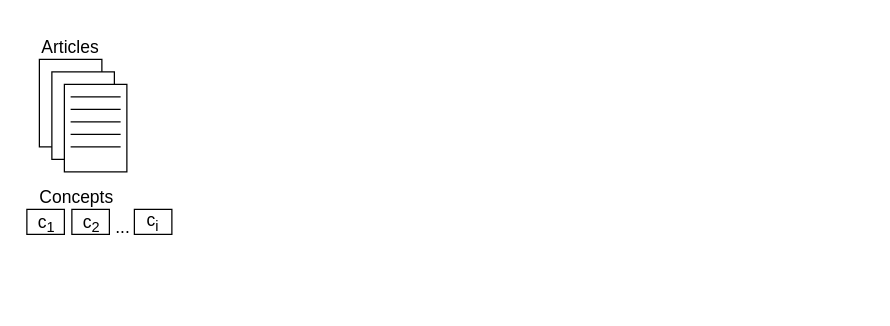
Above: Untitled Diagram.drawio in ezosa/topic-labelling (draw.io), before the change. Source tidied: cells renumbered, new cells numbered last; positions are measured from the earlier drawing's top-left corner, leaving out a move shared by most shapes. Both pictures are drawn from the tidied source at 125%, with x=0, y=0 at pixel (21, 34).
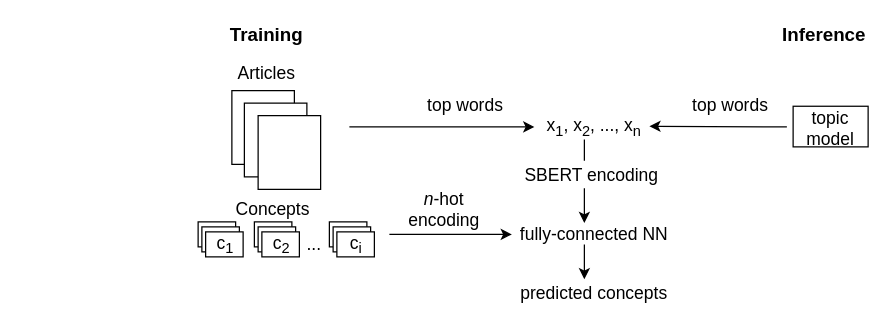
Above is the later version.

Diff of the diagram source:
```diff
@@
-    <mxCell id="2" style="rounded=0;whiteSpace=wrap;html=1;" parent="1" vertex="1">
-      <mxGeometry x="14" y="20" width="50" height="70" as="geometry" />
-    </mxCell>
-    <mxCell id="3" style="rounded=0;whiteSpace=wrap;html=1;" parent="1" vertex="1">
-      <mxGeometry x="24" y="30" width="50" height="70" as="geometry" />
-    </mxCell>
     <mxCell id="4" value="&lt;div&gt;&lt;br&gt;&lt;/div&gt;&lt;div&gt;&lt;br&gt;&lt;/div&gt;&lt;div&gt;&lt;br&gt;&lt;/div&gt;&lt;div&gt;&lt;br&gt;&lt;/div&gt;" style="rounded=0;whiteSpace=wrap;html=1;" parent="1" vertex="1">
-      <mxGeometry x="34" y="40" width="50" height="70" as="geometry" />
+      <mxGeometry x="168" y="45" width="50" height="59" as="geometry" />
     </mxCell>
     <mxCell id="5" value="Articles" style="text;html=1;strokeColor=none;fillColor=none;align=center;verticalAlign=middle;whiteSpace=wrap;rounded=0;fontSize=14;" parent="1" vertex="1">
-      <mxGeometry x="19" width="40" height="20" as="geometry" />
+      <mxGeometry x="176" y="21" width="40" height="20" as="geometry" />
     </mxCell>
     <mxCell id="6" value="Concepts" style="text;html=1;strokeColor=none;fillColor=none;align=center;verticalAlign=middle;whiteSpace=wrap;rounded=0;fontSize=14;" parent="1" vertex="1">
-      <mxGeometry x="24" y="120" width="40" height="20" as="geometry" />
+      <mxGeometry x="181" y="130" width="40" height="20" as="geometry" />
     </mxCell>
     <mxCell id="7" style="rounded=0;whiteSpace=wrap;html=1;fontSize=14;" parent="1" vertex="1">
-      <mxGeometry x="4" y="140" width="30" height="20" as="geometry" />
+      <mxGeometry x="141" y="150" width="30" height="20" as="geometry" />
     </mxCell>
+    <mxCell id="13" value="..." style="text;html=1;strokeColor=none;fillColor=none;align=center;verticalAlign=middle;whiteSpace=wrap;rounded=0;fontSize=14;" parent="1" vertex="1">
+      <mxGeometry x="214" y="158" width="40" height="20" as="geometry" />
+    </mxCell>
+    <mxCell id="19" style="endArrow=classic;html=1;fontSize=15;" parent="1" edge="1">
+      <mxGeometry relative="1" as="geometry">
+        <mxPoint x="262" y="74" as="sourcePoint" />
+        <mxPoint x="410" y="74" as="targetPoint" />
+      </mxGeometry>
+    </mxCell>
+    <mxCell id="20" value="top words" style="text;html=1;strokeColor=none;fillColor=none;align=center;verticalAlign=middle;whiteSpace=wrap;rounded=0;fontSize=14;" parent="1" vertex="1">
+      <mxGeometry x="305" y="47" width="100" height="20" as="geometry" />
+    </mxCell>
+    <mxCell id="21" value="x&lt;sub&gt;1&lt;/sub&gt;, x&lt;sub&gt;2&lt;/sub&gt;, ..., x&lt;sub&gt;n&lt;/sub&gt;" style="text;html=1;strokeColor=none;fillColor=none;align=center;verticalAlign=middle;whiteSpace=wrap;rounded=0;fontSize=14;" parent="1" vertex="1">
+      <mxGeometry x="388" y="64" width="140" height="20" as="geometry" />
+    </mxCell>
+    <mxCell id="22" style="endArrow=classic;html=1;fontSize=14;strokeWidth=1;" parent="1" edge="1">
+      <mxGeometry relative="1" as="geometry">
+        <mxPoint x="450" y="123" as="sourcePoint" />
+        <mxPoint x="450" y="151" as="targetPoint" />
+        <Array as="points">
+          <mxPoint x="450" y="151" />
+          <mxPoint x="450" y="133" />
+        </Array>
+      </mxGeometry>
+    </mxCell>
+    <mxCell id="23" value="SBERT encoding" style="text;html=1;strokeColor=none;fillColor=none;align=center;verticalAlign=middle;whiteSpace=wrap;rounded=0;fontSize=14;" parent="1" vertex="1">
+      <mxGeometry x="361" y="103" width="190" height="20" as="geometry" />
+    </mxCell>
+    <mxCell id="24" style="endArrow=none;html=1;fontSize=14;strokeWidth=1;" parent="1" edge="1">
+      <mxGeometry relative="1" as="geometry">
+        <mxPoint x="450" y="101" as="sourcePoint" />
+        <mxPoint x="450" y="84" as="targetPoint" />
+      </mxGeometry>
+    </mxCell>
+    <mxCell id="25" value="fully-connected NN" style="text;html=1;strokeColor=none;fillColor=none;align=center;verticalAlign=middle;whiteSpace=wrap;rounded=0;fontSize=14;" parent="1" vertex="1">
+      <mxGeometry x="363" y="150" width="190" height="20" as="geometry" />
+    </mxCell>
+    <mxCell id="26" style="endArrow=classic;html=1;fontSize=15;" parent="1" edge="1">
+      <mxGeometry relative="1" as="geometry">
+        <mxPoint x="294" y="160" as="sourcePoint" />
+        <mxPoint x="392" y="160" as="targetPoint" />
+      </mxGeometry>
+    </mxCell>
+    <mxCell id="27" value="Training" style="text;html=1;strokeColor=none;fillColor=none;align=center;verticalAlign=middle;whiteSpace=wrap;rounded=0;fontSize=15;fontStyle=1;" parent="1" vertex="1">
+      <mxGeometry x="176" y="-10" width="40" height="20" as="geometry" />
+    </mxCell>
+    <mxCell id="28" value="Inference" style="text;html=1;strokeColor=none;fillColor=none;align=center;verticalAlign=middle;whiteSpace=wrap;rounded=0;fontSize=15;fontStyle=1;" parent="1" vertex="1">
+      <mxGeometry x="622" y="-10" width="40" height="20" as="geometry" />
+    </mxCell>
+    <mxCell id="29" style="rounded=0;whiteSpace=wrap;html=1;fontSize=14;" parent="1" vertex="1">
+      <mxGeometry x="617" y="57.5" width="60" height="32.5" as="geometry" />
+    </mxCell>
+    <mxCell id="30" style="endArrow=classic;html=1;fontSize=14;strokeWidth=1;" parent="1" edge="1">
+      <mxGeometry relative="1" as="geometry">
+        <mxPoint x="612" y="74" as="sourcePoint" />
+        <mxPoint x="502" y="73.5" as="targetPoint" />
+      </mxGeometry>
+    </mxCell>
+    <mxCell id="31" value="topic model" style="text;html=1;strokeColor=none;fillColor=none;align=center;verticalAlign=middle;whiteSpace=wrap;rounded=0;fontSize=14;" parent="1" vertex="1">
+      <mxGeometry x="627" y="65" width="40" height="20" as="geometry" />
+    </mxCell>
+    <mxCell id="32" style="endArrow=classic;html=1;fontSize=14;strokeWidth=1;" parent="1" edge="1">
+      <mxGeometry relative="1" as="geometry">
+        <mxPoint x="450" y="168" as="sourcePoint" />
+        <mxPoint x="450" y="196" as="targetPoint" />
+        <Array as="points">
+          <mxPoint x="450" y="196" />
+          <mxPoint x="450" y="178" />
+        </Array>
+      </mxGeometry>
+    </mxCell>
+    <mxCell id="33" value="predicted concepts" style="text;html=1;strokeColor=none;fillColor=none;align=center;verticalAlign=middle;whiteSpace=wrap;rounded=0;fontSize=14;" parent="1" vertex="1">
+      <mxGeometry x="393" y="197" width="130" height="20" as="geometry" />
+    </mxCell>
+    <mxCell id="34" value="&lt;div&gt;&lt;br&gt;&lt;/div&gt;&lt;div&gt;&lt;br&gt;&lt;/div&gt;&lt;div&gt;&lt;br&gt;&lt;/div&gt;&lt;div&gt;&lt;br&gt;&lt;/div&gt;" style="rounded=0;whiteSpace=wrap;html=1;" parent="1" vertex="1">
+      <mxGeometry x="178" y="55" width="50" height="59" as="geometry" />
+    </mxCell>
+    <mxCell id="35" value="&lt;div&gt;&lt;br&gt;&lt;/div&gt;&lt;div&gt;&lt;br&gt;&lt;/div&gt;&lt;div&gt;&lt;br&gt;&lt;/div&gt;&lt;div&gt;&lt;br&gt;&lt;/div&gt;" style="rounded=0;whiteSpace=wrap;html=1;" parent="1" vertex="1">
+      <mxGeometry x="189" y="65" width="50" height="59" as="geometry" />
+    </mxCell>
+    <mxCell id="36" value="&lt;div&gt;&lt;i&gt;n&lt;/i&gt;-hot &lt;br&gt;&lt;/div&gt;&lt;div&gt;encoding&lt;/div&gt;" style="text;html=1;strokeColor=none;fillColor=none;align=center;verticalAlign=middle;whiteSpace=wrap;rounded=0;fontSize=14;" parent="1" vertex="1">
+      <mxGeometry x="288" y="130" width="100" height="20" as="geometry" />
+    </mxCell>
+    <mxCell id="37" value="top words" style="text;html=1;strokeColor=none;fillColor=none;align=center;verticalAlign=middle;whiteSpace=wrap;rounded=0;fontSize=14;" parent="1" vertex="1">
+      <mxGeometry x="517" y="47" width="100" height="20" as="geometry" />
+    </mxCell>
+    <mxCell id="38" style="rounded=0;whiteSpace=wrap;html=1;fontSize=14;" parent="1" vertex="1">
+      <mxGeometry x="144" y="154" width="30" height="20" as="geometry" />
+    </mxCell>
+    <mxCell id="39" style="rounded=0;whiteSpace=wrap;html=1;fontSize=14;" parent="1" vertex="1">
+      <mxGeometry x="147" y="158" width="30" height="20" as="geometry" />
+    </mxCell>
+    <mxCell id="40" style="rounded=0;whiteSpace=wrap;html=1;fontSize=14;" parent="1" vertex="1">
+      <mxGeometry x="186" y="150" width="30" height="20" as="geometry" />
+    </mxCell>
+    <mxCell id="41" style="rounded=0;whiteSpace=wrap;html=1;fontSize=14;" parent="1" vertex="1">
+      <mxGeometry x="189" y="154" width="30" height="20" as="geometry" />
+    </mxCell>
+    <mxCell id="42" style="rounded=0;whiteSpace=wrap;html=1;fontSize=14;" parent="1" vertex="1">
+      <mxGeometry x="192" y="158" width="30" height="20" as="geometry" />
+    </mxCell>
+    <mxCell id="43" style="rounded=0;whiteSpace=wrap;html=1;fontSize=14;" parent="1" vertex="1">
+      <mxGeometry x="246" y="150" width="30" height="20" as="geometry" />
+    </mxCell>
+    <mxCell id="44" style="rounded=0;whiteSpace=wrap;html=1;fontSize=14;" parent="1" vertex="1">
+      <mxGeometry x="249" y="154" width="30" height="20" as="geometry" />
+    </mxCell>
+    <mxCell id="45" style="rounded=0;whiteSpace=wrap;html=1;fontSize=14;" parent="1" vertex="1">
+      <mxGeometry x="252" y="158" width="30" height="20" as="geometry" />
+    </mxCell>
     <mxCell id="8" value="c&lt;sub&gt;1&lt;/sub&gt;" style="text;html=1;strokeColor=none;fillColor=none;align=center;verticalAlign=middle;whiteSpace=wrap;rounded=0;fontSize=14;" parent="1" vertex="1">
-      <mxGeometry y="141" width="40" height="20" as="geometry" />
+      <mxGeometry x="143" y="158" width="40" height="20" as="geometry" />
     </mxCell>
-    <mxCell id="9" style="rounded=0;whiteSpace=wrap;html=1;fontSize=14;" parent="1" vertex="1">
-      <mxGeometry x="40" y="140" width="30" height="20" as="geometry" />
-    </mxCell>
     <mxCell id="10" value="c&lt;sub&gt;2&lt;/sub&gt;" style="text;html=1;strokeColor=none;fillColor=none;align=center;verticalAlign=middle;whiteSpace=wrap;rounded=0;fontSize=14;" parent="1" vertex="1">
-      <mxGeometry x="36" y="141" width="40" height="20" as="geometry" />
+      <mxGeometry x="188" y="158" width="40" height="20" as="geometry" />
     </mxCell>
-    <mxCell id="11" style="rounded=0;whiteSpace=wrap;html=1;fontSize=14;" parent="1" vertex="1">
-      <mxGeometry x="90" y="140" width="30" height="20" as="geometry" />
-    </mxCell>
     <mxCell id="12" value="c&lt;sub&gt;i&lt;/sub&gt;" style="text;html=1;strokeColor=none;fillColor=none;align=center;verticalAlign=middle;whiteSpace=wrap;rounded=0;fontSize=14;" parent="1" vertex="1">
-      <mxGeometry x="85" y="140" width="40" height="20" as="geometry" />
+      <mxGeometry x="244.5" y="156.5" width="45" height="23" as="geometry" />
     </mxCell>
-    <mxCell id="13" value="..." style="text;html=1;strokeColor=none;fillColor=none;align=center;verticalAlign=middle;whiteSpace=wrap;rounded=0;fontSize=14;" parent="1" vertex="1">
-      <mxGeometry x="61" y="144" width="40" height="20" as="geometry" />
-    </mxCell>
-    <mxCell id="14" style="endArrow=none;html=1;fontSize=14;" parent="1" edge="1">
-      <mxGeometry relative="1" as="geometry">
-        <mxPoint x="39" y="50" as="sourcePoint" />
-        <mxPoint x="79" y="50" as="targetPoint" />
-      </mxGeometry>
-    </mxCell>
-    <mxCell id="15" style="endArrow=none;html=1;fontSize=14;" parent="1" edge="1">
-      <mxGeometry relative="1" as="geometry">
-        <mxPoint x="39" y="60" as="sourcePoint" />
-        <mxPoint x="79" y="60" as="targetPoint" />
-      </mxGeometry>
-    </mxCell>
-    <mxCell id="16" style="endArrow=none;html=1;fontSize=14;" parent="1" edge="1">
-      <mxGeometry relative="1" as="geometry">
-        <mxPoint x="39" y="70" as="sourcePoint" />
-        <mxPoint x="79" y="70" as="targetPoint" />
-      </mxGeometry>
-    </mxCell>
-    <mxCell id="17" style="endArrow=none;html=1;fontSize=14;" parent="1" edge="1">
-      <mxGeometry relative="1" as="geometry">
-        <mxPoint x="39" y="80" as="sourcePoint" />
-        <mxPoint x="79" y="80" as="targetPoint" />
-      </mxGeometry>
-    </mxCell>
-    <mxCell id="18" style="endArrow=none;html=1;fontSize=14;" parent="1" edge="1">
-      <mxGeometry relative="1" as="geometry">
-        <mxPoint x="39" y="90" as="sourcePoint" />
-        <mxPoint x="79" y="90" as="targetPoint" />
-      </mxGeometry>
-    </mxCell>
```
